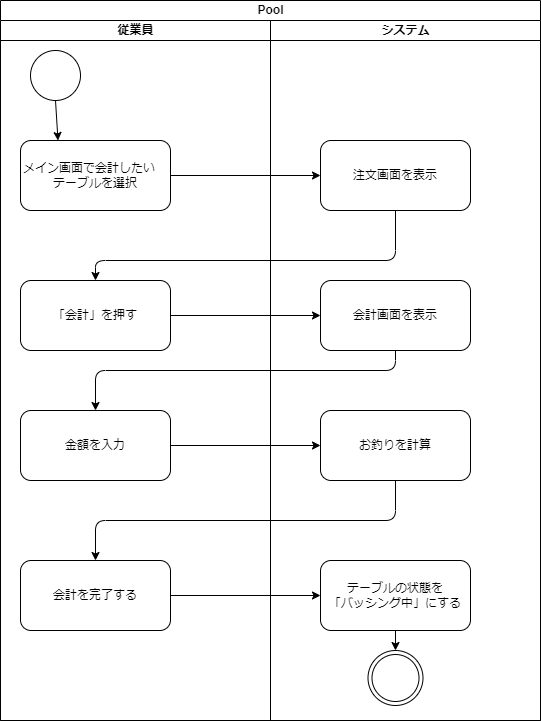
This is psp4/アクティビティ図_会計.drawio.png from MasakiHiguchi/---, a draw.io export, as it was before one commit. Source tidied: cells renumbered, new cells last; positions are measured from the earlier drawing's top-left corner, leaving out a move shared by most shapes. Its diagram source:
```xml
<mxGraphModel>
  <root>
    <mxCell id="0" />
    <mxCell id="1" parent="0" />
    <mxCell id="2" value="Pool" style="swimlane;startSize=20;html=1;" parent="1" vertex="1">
      <mxGeometry width="540" height="720" as="geometry" />
    </mxCell>
    <mxCell id="3" value="従業員" style="swimlane;startSize=20;html=1;" parent="2" vertex="1">
      <mxGeometry y="20" width="270" height="700" as="geometry" />
    </mxCell>
    <mxCell id="4" style="ellipse;whiteSpace=wrap;html=1;" parent="3" vertex="1">
      <mxGeometry x="30" y="30" width="50" height="50" as="geometry" />
    </mxCell>
    <mxCell id="5" value="メイン画面で会計したい　テーブルを選択" style="rounded=1;whiteSpace=wrap;html=1;" parent="3" vertex="1">
      <mxGeometry x="20" y="120" width="150" height="70" as="geometry" />
    </mxCell>
    <mxCell id="6" value="「会計」を押す" style="rounded=1;whiteSpace=wrap;html=1;" parent="3" vertex="1">
      <mxGeometry x="20" y="260" width="150" height="70" as="geometry" />
    </mxCell>
    <mxCell id="7" value="金額を入力" style="rounded=1;whiteSpace=wrap;html=1;" parent="3" vertex="1">
      <mxGeometry x="20" y="390" width="150" height="70" as="geometry" />
    </mxCell>
    <mxCell id="8" style="endArrow=classic;html=1;exitX=0.5;exitY=1;exitDx=0;exitDy=0;entryX=0.25;entryY=0;entryDx=0;entryDy=0;" parent="3" edge="1" source="4" target="5">
      <mxGeometry relative="1" as="geometry" />
    </mxCell>
    <mxCell id="9" value="会計を完了する" style="rounded=1;whiteSpace=wrap;html=1;" parent="3" vertex="1">
      <mxGeometry x="20" y="540" width="150" height="70" as="geometry" />
    </mxCell>
    <mxCell id="10" value="システム" style="swimlane;startSize=20;html=1;" parent="2" vertex="1">
      <mxGeometry x="270" y="20" width="270" height="700" as="geometry" />
    </mxCell>
    <mxCell id="11" value="会計画面を表示" style="rounded=1;whiteSpace=wrap;html=1;" parent="10" vertex="1">
      <mxGeometry x="50" y="260" width="150" height="70" as="geometry" />
    </mxCell>
    <mxCell id="12" value="注文画面を表示" style="rounded=1;whiteSpace=wrap;html=1;" parent="10" vertex="1">
      <mxGeometry x="50" y="120" width="150" height="70" as="geometry" />
    </mxCell>
    <mxCell id="13" value="お釣りを計算" style="rounded=1;whiteSpace=wrap;html=1;" parent="10" vertex="1">
      <mxGeometry x="50" y="390" width="150" height="70" as="geometry" />
    </mxCell>
    <mxCell id="14" style="edgeStyle=none;html=1;exitX=0.5;exitY=1;exitDx=0;exitDy=0;entryX=0.5;entryY=0;entryDx=0;entryDy=0;" parent="10" edge="1" source="15" target="16">
      <mxGeometry relative="1" as="geometry" />
    </mxCell>
    <mxCell id="15" value="テーブルの状態を&lt;br&gt;「バッシング中」にする" style="rounded=1;whiteSpace=wrap;html=1;" parent="10" vertex="1">
      <mxGeometry x="50" y="540" width="150" height="70" as="geometry" />
    </mxCell>
    <mxCell id="16" style="ellipse;shape=doubleEllipse;whiteSpace=wrap;html=1;" parent="10" vertex="1">
      <mxGeometry x="97.5" y="630" width="55" height="55" as="geometry" />
    </mxCell>
    <mxCell id="17" style="endArrow=classic;html=1;exitX=1;exitY=0.5;exitDx=0;exitDy=0;entryX=0;entryY=0.5;entryDx=0;entryDy=0;" parent="2" edge="1" source="6" target="11">
      <mxGeometry relative="1" as="geometry" />
    </mxCell>
    <mxCell id="18" style="endArrow=classic;html=1;exitX=0.5;exitY=1;exitDx=0;exitDy=0;entryX=0.5;entryY=0;entryDx=0;entryDy=0;" parent="2" edge="1" source="12" target="6">
      <mxGeometry relative="1" as="geometry">
        <Array as="points">
          <mxPoint x="395" y="260" />
          <mxPoint x="95" y="260" />
        </Array>
      </mxGeometry>
    </mxCell>
    <mxCell id="19" style="edgeStyle=none;html=1;exitX=1;exitY=0.5;exitDx=0;exitDy=0;entryX=0;entryY=0.5;entryDx=0;entryDy=0;" parent="2" edge="1" source="5" target="12">
      <mxGeometry relative="1" as="geometry" />
    </mxCell>
    <mxCell id="20" style="endArrow=classic;html=1;exitX=0.5;exitY=1;exitDx=0;exitDy=0;entryX=0.5;entryY=0;entryDx=0;entryDy=0;" parent="2" edge="1" source="11" target="7">
      <mxGeometry relative="1" as="geometry">
        <Array as="points">
          <mxPoint x="395" y="370" />
          <mxPoint x="95" y="370" />
        </Array>
      </mxGeometry>
    </mxCell>
    <mxCell id="21" style="edgeStyle=none;html=1;exitX=1;exitY=0.5;exitDx=0;exitDy=0;entryX=0;entryY=0.5;entryDx=0;entryDy=0;" parent="2" edge="1" source="7" target="13">
      <mxGeometry relative="1" as="geometry" />
    </mxCell>
    <mxCell id="22" style="edgeStyle=none;html=1;exitX=0.5;exitY=1;exitDx=0;exitDy=0;entryX=0.5;entryY=0;entryDx=0;entryDy=0;" parent="2" edge="1" source="13" target="9">
      <mxGeometry relative="1" as="geometry">
        <Array as="points">
          <mxPoint x="395" y="520" />
          <mxPoint x="95" y="520" />
        </Array>
      </mxGeometry>
    </mxCell>
    <mxCell id="23" style="edgeStyle=none;html=1;exitX=1;exitY=0.5;exitDx=0;exitDy=0;entryX=0;entryY=0.5;entryDx=0;entryDy=0;" parent="2" edge="1" source="9" target="15">
      <mxGeometry relative="1" as="geometry" />
    </mxCell>
  </root>
</mxGraphModel>
```
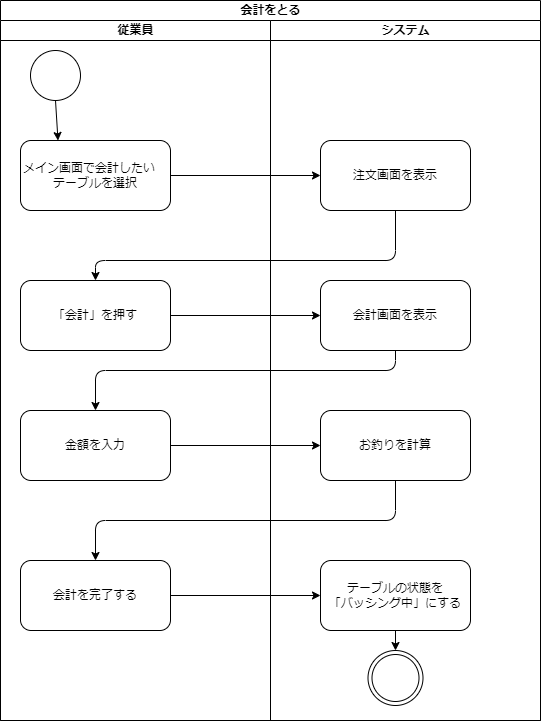
Later version of the same file.

Diff of the diagram source:
```diff
@@ -2,7 +2,7 @@
   <root>
     <mxCell id="0" />
     <mxCell id="1" parent="0" />
-    <mxCell id="2" value="Pool" style="swimlane;startSize=20;html=1;" parent="1" vertex="1">
+    <mxCell id="2" value="会計をとる" style="swimlane;startSize=20;html=1;" parent="1" vertex="1">
       <mxGeometry width="540" height="720" as="geometry" />
     </mxCell>
     <mxCell id="3" value="従業員" style="swimlane;startSize=20;html=1;" parent="2" vertex="1">
```
